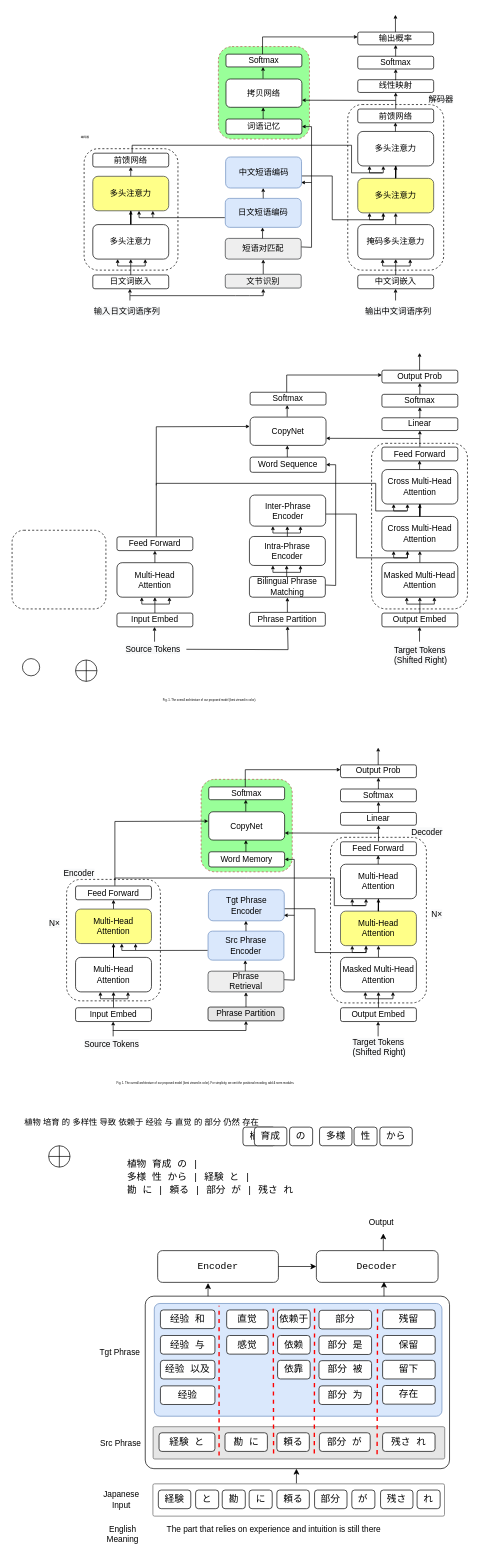
Earlier version of the draw.io diagram phraseNMT.drawio (lizezhonglaile/drawio). Source tidied: cells renumbered, new cells numbered last; positions are measured from the earlier drawing's top-left corner, leaving out a move shared by most shapes. Both pictures are drawn from the tidied source at 69%, with x=0, y=0 at pixel (12, 14).
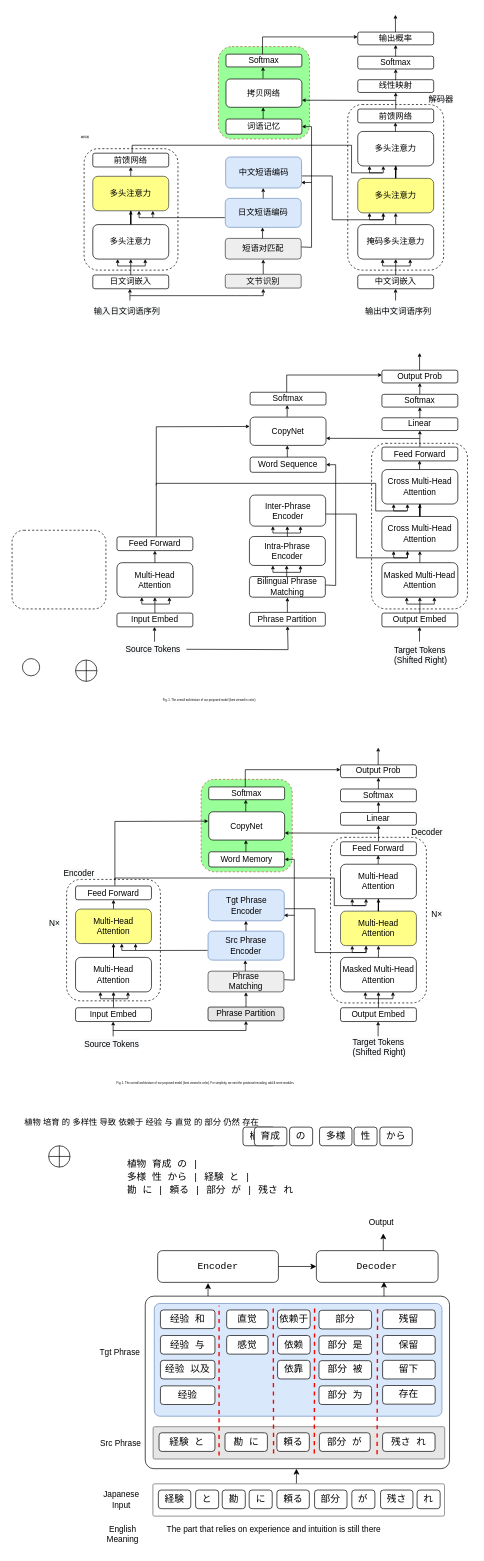
Above is the later version.

Change to the diagram source:
```diff
@@
-    <mxCell id="60" value="Phrase&lt;br&gt;Retrieval" style="rounded=1;whiteSpace=wrap;html=1;fillColor=#eeeeee;strokeColor=#36393d;" parent="1" vertex="1">
+    <mxCell id="60" value="Phrase&lt;br&gt;Matching" style="rounded=1;whiteSpace=wrap;html=1;fillColor=#eeeeee;strokeColor=#36393d;" parent="1" vertex="1">
       <mxGeometry x="284" y="1386" width="110" height="30" as="geometry" />
     </mxCell>
```
